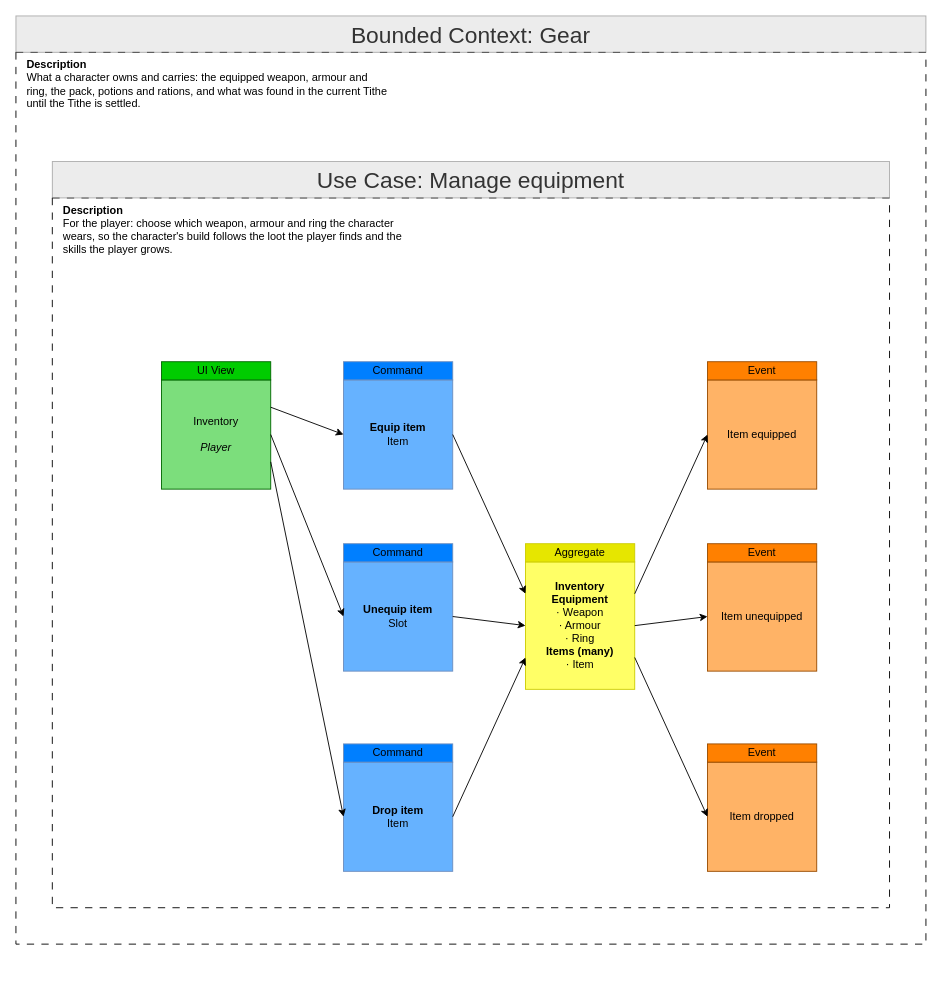
Earlier version of the draw.io diagram ProductOwner/contexts/gear/models/Feature-007-manage-equipment.drawio (tokeboisen/themaw). Source tidied: cells renumbered, new cells numbered last; positions are measured from the earlier drawing's top-left corner, leaving out a move shared by most shapes. Both pictures are drawn from the tidied source at 91%, with x=0, y=0 at pixel (15, 15).
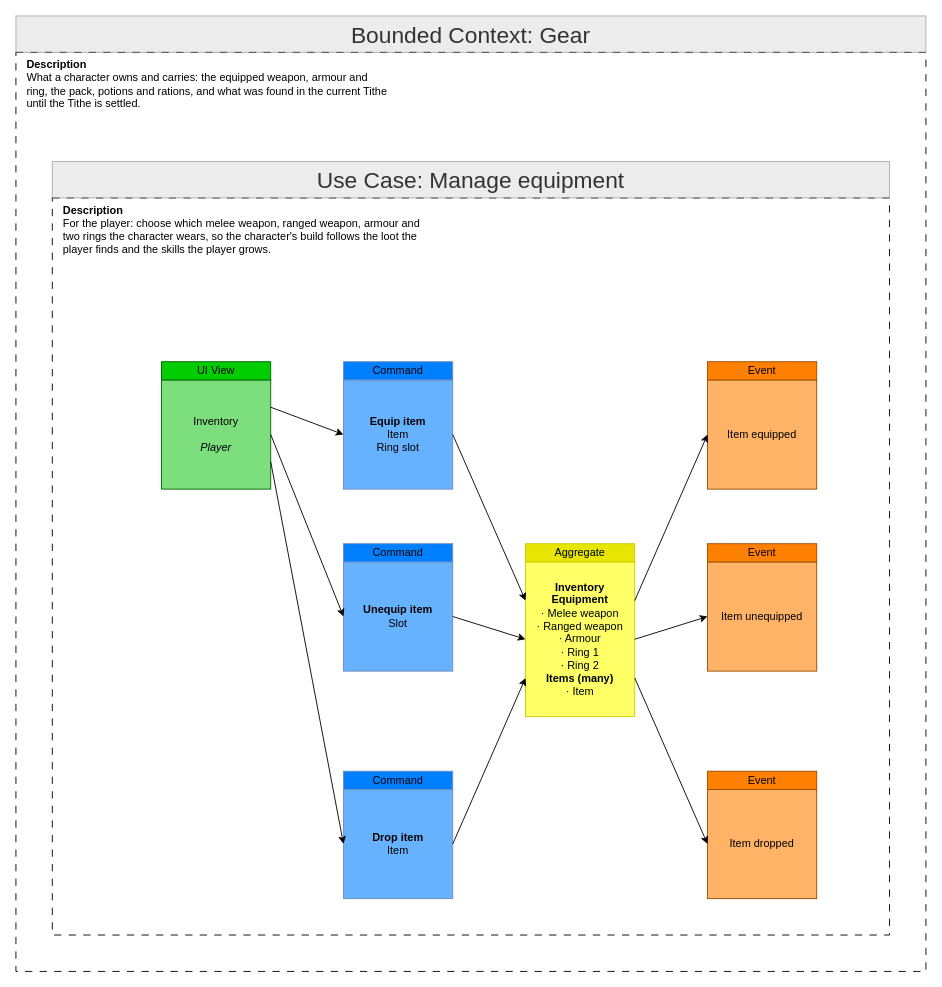
The same page after the edit.

Change to the diagram source:
```diff
@@
     <mxCell id="2" style="rounded=0;whiteSpace=wrap;html=1;fillColor=none;dashed=1;dashPattern=8 8;" parent="1" vertex="1">
-      <mxGeometry y="40" width="1000" height="980" as="geometry" />
+      <mxGeometry y="40" width="1000" height="1010" as="geometry" />
     </mxCell>
@@
     <mxCell id="5" style="rounded=0;whiteSpace=wrap;html=1;fillColor=none;dashed=1;dashPattern=8 8;" parent="1" vertex="1">
-      <mxGeometry x="40" y="200" width="920" height="780" as="geometry" />
+      <mxGeometry x="40" y="200" width="920" height="810" as="geometry" />
     </mxCell>
@@
-    <mxCell id="7" value="&lt;div&gt;&lt;b&gt;Description&lt;/b&gt;&lt;/div&gt;For the player: choose which weapon, armour and ring the character wears, so the character's build follows the loot the player finds and the skills the player grows." style="text;html=1;whiteSpace=wrap;overflow=hidden;rounded=0;strokeColor=none;fillColor=none;align=left;verticalAlign=top;" parent="1" vertex="1">
+    <mxCell id="7" value="&lt;div&gt;&lt;b&gt;Description&lt;/b&gt;&lt;/div&gt;For the player: choose which melee weapon, ranged weapon, armour and two rings the character wears, so the character's build follows the loot the player finds and the skills the player grows." style="text;html=1;whiteSpace=wrap;overflow=hidden;rounded=0;strokeColor=none;fillColor=none;align=left;verticalAlign=top;" parent="1" vertex="1">
       <mxGeometry x="50" y="200" width="400" height="140" as="geometry" />
     </mxCell>
@@
-    <mxCell id="10" value="&lt;b&gt;Equip item&lt;/b&gt;&lt;br&gt;Item" style="rounded=0;whiteSpace=wrap;html=1;labelBackgroundColor=none;fillColor=#66B2FF;strokeColor=#6C8EBF;" parent="1" vertex="1">
+    <mxCell id="10" value="&lt;b&gt;Equip item&lt;/b&gt;&lt;br&gt;Item&lt;br&gt;Ring slot" style="rounded=0;whiteSpace=wrap;html=1;labelBackgroundColor=none;fillColor=#66B2FF;strokeColor=#6C8EBF;" parent="1" vertex="1">
       <mxGeometry x="360" y="400" width="120" height="120" as="geometry" />
     </mxCell>
@@
     <mxCell id="14" value="&lt;b&gt;Drop item&lt;/b&gt;&lt;br&gt;Item" style="rounded=0;whiteSpace=wrap;html=1;labelBackgroundColor=none;fillColor=#66B2FF;strokeColor=#6C8EBF;" parent="1" vertex="1">
-      <mxGeometry x="360" y="820" width="120" height="120" as="geometry" />
+      <mxGeometry x="360" y="850" width="120" height="120" as="geometry" />
     </mxCell>
     <mxCell id="15" value="Command" style="rounded=0;whiteSpace=wrap;html=1;labelBackgroundColor=none;fillColor=#007FFF;strokeColor=#6C8EBF;" parent="1" vertex="1">
-      <mxGeometry x="360" y="800" width="120" height="20" as="geometry" />
+      <mxGeometry x="360" y="830" width="120" height="20" as="geometry" />
     </mxCell>
-    <mxCell id="16" value="&lt;b&gt;Inventory&lt;/b&gt;&lt;br&gt;&lt;b&gt;Equipment&lt;/b&gt;&lt;br&gt;· Weapon&lt;br&gt;· Armour&lt;br&gt;· Ring&lt;br&gt;&lt;b&gt;Items (many)&lt;/b&gt;&lt;br&gt;· Item" style="rounded=0;whiteSpace=wrap;html=1;labelBackgroundColor=none;fillColor=#FFFF66;strokeColor=#CCCC00;" parent="1" vertex="1">
-      <mxGeometry x="560" y="600" width="120" height="140" as="geometry" />
+    <mxCell id="16" value="&lt;b&gt;Inventory&lt;/b&gt;&lt;br&gt;&lt;b&gt;Equipment&lt;/b&gt;&lt;br&gt;· Melee weapon&lt;br&gt;· Ranged weapon&lt;br&gt;· Armour&lt;br&gt;· Ring 1&lt;br&gt;· Ring 2&lt;br&gt;&lt;b&gt;Items (many)&lt;/b&gt;&lt;br&gt;· Item" style="rounded=0;whiteSpace=wrap;html=1;labelBackgroundColor=none;fillColor=#FFFF66;strokeColor=#CCCC00;" parent="1" vertex="1">
+      <mxGeometry x="560" y="600" width="120" height="170" as="geometry" />
     </mxCell>
@@
     <mxCell id="22" value="Item dropped" style="rounded=0;whiteSpace=wrap;html=1;labelBackgroundColor=none;fillColor=#FFB366;strokeColor=#994C00;" parent="1" vertex="1">
-      <mxGeometry x="760" y="820" width="120" height="120" as="geometry" />
+      <mxGeometry x="760" y="850" width="120" height="120" as="geometry" />
     </mxCell>
     <mxCell id="23" value="Event" style="rounded=0;whiteSpace=wrap;html=1;labelBackgroundColor=none;fillColor=#FF8000;strokeColor=#994C00;" parent="1" vertex="1">
-      <mxGeometry x="760" y="800" width="120" height="20" as="geometry" />
+      <mxGeometry x="760" y="830" width="120" height="20" as="geometry" />
     </mxCell>
```
